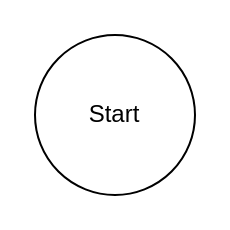
This is design/ux-flow/UX-flow.drawio from Rockedoro/rockedoro-app, a draw.io file, before an edit. Source tidied: cells renumbered, new cells numbered last; positions are measured from the earlier drawing's top-left corner, leaving out a move shared by most shapes. Both pictures are drawn from the tidied source at 200%, with x=0, y=0 at pixel (34, 34).
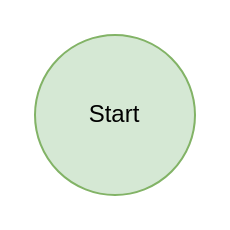
The same diagram, later.

Diff of the diagram source:
```diff
@@
 <mxGraphModel>
   <root>
     <mxCell id="0" />
     <mxCell id="1" parent="0" />
-    <mxCell id="2" value="Start" style="ellipse;whiteSpace=wrap;html=1;" parent="1" vertex="1">
+    <mxCell id="2" value="Start" style="ellipse;whiteSpace=wrap;html=1;rounded=1;fillColor=#d5e8d4;strokeColor=#82b366;" parent="1" vertex="1">
       <mxGeometry width="80" height="80" as="geometry" />
     </mxCell>
   </root>
 </mxGraphModel>
```
